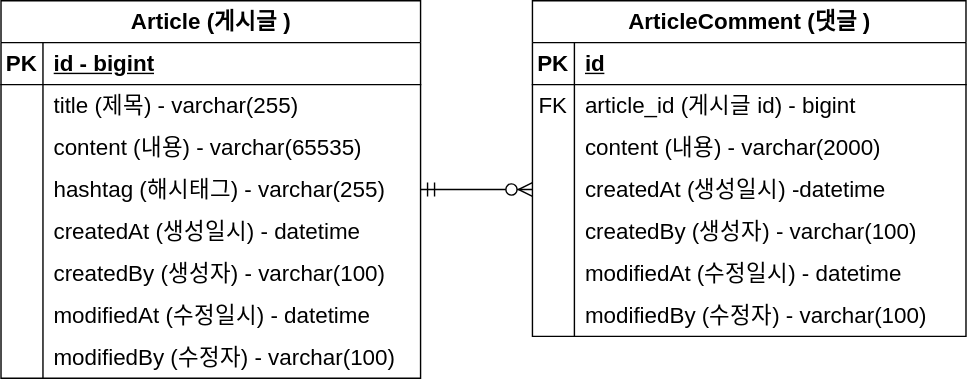
Earlier version of the draw.io export document/project-board-erd.svg (asdg2795/fastcampus-project-board). Source tidied: cells renumbered, new cells last; positions are measured from the earlier drawing's top-left corner, leaving out a move shared by most shapes.
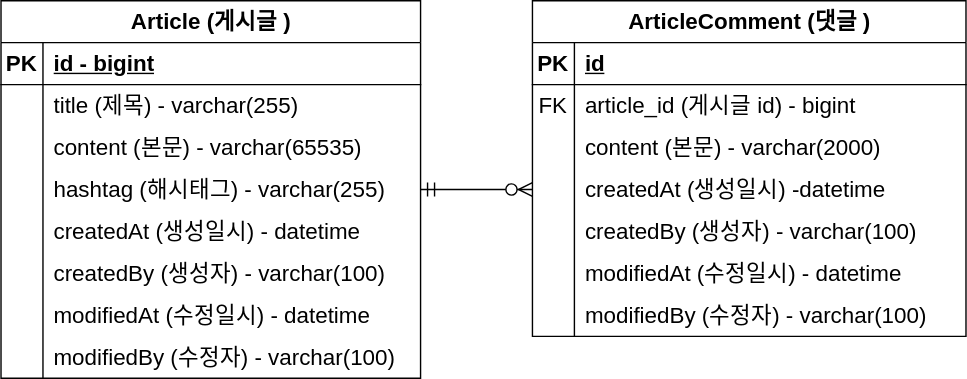
The same file after the commit.

Commit message:
#8 - ERD 주석 업데이트 : project-board-erd.svg

Change to the diagram source:
```diff
@@ -29,7 +29,7 @@
     <mxCell id="10" style="shape=partialRectangle;fillColor=none;top=0;left=0;bottom=0;right=0;overflow=hidden;whiteSpace=wrap;html=1;fontSize=16;" parent="9" vertex="1">
       <mxGeometry width="30" height="30" as="geometry" />
     </mxCell>
-    <mxCell id="11" value="content (내용) - varchar(65535)" style="shape=partialRectangle;fillColor=none;top=0;left=0;bottom=0;right=0;align=left;spacingLeft=6;overflow=hidden;whiteSpace=wrap;html=1;fontSize=16;" parent="9" vertex="1">
+    <mxCell id="11" value="content (본문) - varchar(65535)" style="shape=partialRectangle;fillColor=none;top=0;left=0;bottom=0;right=0;align=left;spacingLeft=6;overflow=hidden;whiteSpace=wrap;html=1;fontSize=16;" parent="9" vertex="1">
       <mxGeometry x="30" width="270" height="30" as="geometry" />
     </mxCell>
     <mxCell id="12" style="shape=tableRow;horizontal=0;startSize=0;swimlaneHead=0;swimlaneBody=0;fillColor=none;points=[[0,0.5],[1,0.5]];portConstraint=eastwest;top=0;left=0;right=0;bottom=0;fontSize=16;" parent="2" vertex="1">
@@ -104,7 +104,7 @@
     <mxCell id="35" style="shape=partialRectangle;fillColor=none;top=0;left=0;bottom=0;right=0;overflow=hidden;whiteSpace=wrap;html=1;fontSize=16;" parent="34" vertex="1">
       <mxGeometry width="30" height="30" as="geometry" />
     </mxCell>
-    <mxCell id="36" value="content (내용) - varchar(2000)" style="shape=partialRectangle;fillColor=none;top=0;left=0;bottom=0;right=0;align=left;spacingLeft=6;overflow=hidden;whiteSpace=wrap;html=1;fontSize=16;" parent="34" vertex="1">
+    <mxCell id="36" value="content (본문) - varchar(2000)" style="shape=partialRectangle;fillColor=none;top=0;left=0;bottom=0;right=0;align=left;spacingLeft=6;overflow=hidden;whiteSpace=wrap;html=1;fontSize=16;" parent="34" vertex="1">
       <mxGeometry x="30" width="280" height="30" as="geometry" />
     </mxCell>
     <mxCell id="37" style="shape=tableRow;horizontal=0;startSize=0;swimlaneHead=0;swimlaneBody=0;fillColor=none;points=[[0,0.5],[1,0.5]];portConstraint=eastwest;top=0;left=0;right=0;bottom=0;fontSize=16;" parent="27" vertex="1">
```
